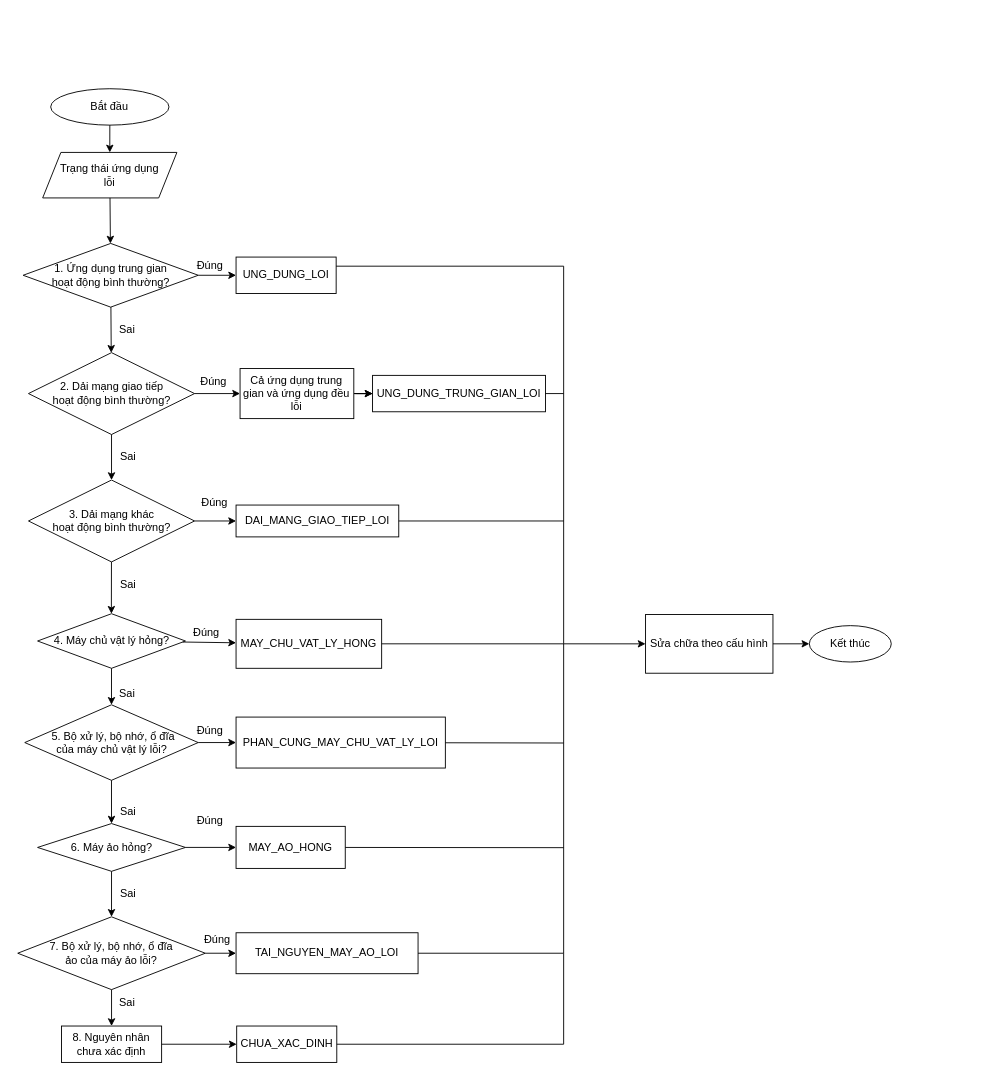
Before: page "Trang-4" (4 of 4) of auto healing.drawio in hiep1097/drawio, a draw.io diagram. Source tidied: cells renumbered, new cells numbered last; positions are measured from the earlier drawing's top-left corner, leaving out a move shared by most shapes. Both pictures are drawn from the tidied source at 91%, with x=0, y=0 at pixel (17, 88).
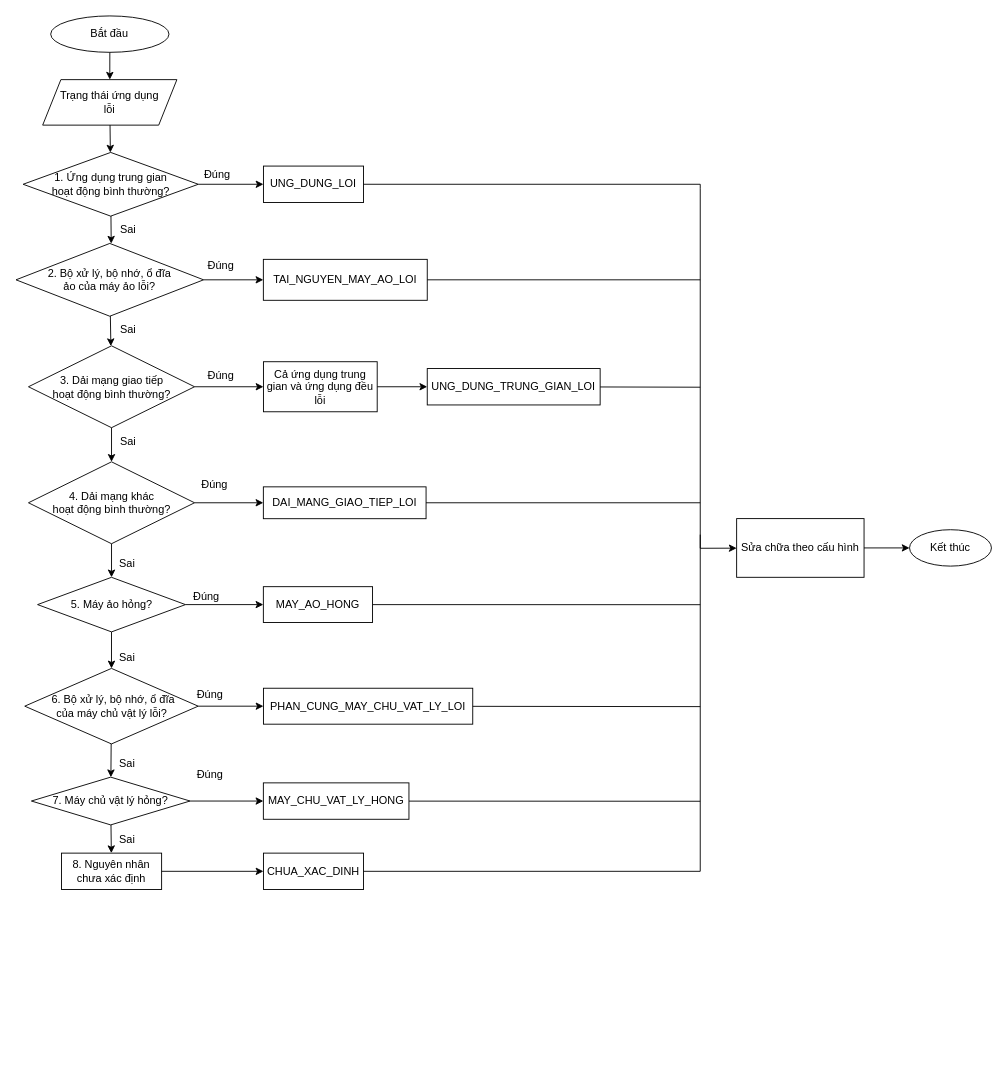
The same diagram, later.

Commit message (it also covers changes not shown here):
Cập nhật auto healing.drawio

What changed in the source:
```diff
@@
     <mxCell id="2" value="Bắt đầu" style="ellipse;whiteSpace=wrap;html=1;fontFamily=Helvetica;fontStyle=0;" parent="1" vertex="1">
-      <mxGeometry x="36.2" width="130" height="40" as="geometry" />
+      <mxGeometry x="36.2" y="-80" width="130" height="40" as="geometry" />
     </mxCell>
     <mxCell id="3" value="Trạng thái ứng dụng &lt;br&gt;lỗi" style="shape=parallelogram;perimeter=parallelogramPerimeter;whiteSpace=wrap;html=1;fixedSize=1;fontFamily=Helvetica;fontStyle=0;" parent="1" vertex="1">
-      <mxGeometry x="27.4" y="70" width="147.5" height="50" as="geometry" />
+      <mxGeometry x="27.4" y="-10" width="147.5" height="50" as="geometry" />
     </mxCell>
     <mxCell id="4" value="1. Ứng dụng trung gian &lt;br&gt;hoạt động bình thường?" style="rhombus;whiteSpace=wrap;html=1;fontFamily=Helvetica;fontStyle=0;" parent="1" vertex="1">
-      <mxGeometry x="5.9" y="170" width="192.5" height="70" as="geometry" />
+      <mxGeometry x="5.9" y="70" width="192.5" height="70" as="geometry" />
     </mxCell>
     <mxCell id="5" value="UNG_DUNG_LOI" style="rounded=0;whiteSpace=wrap;html=1;fontFamily=Helvetica;fontStyle=0;" parent="1" vertex="1">
-      <mxGeometry x="239.9" y="185" width="110" height="40" as="geometry" />
+      <mxGeometry x="270" y="85" width="110" height="40" as="geometry" />
     </mxCell>
@@
-    <mxCell id="8" style="endArrow=classic;html=1;rounded=0;fontFamily=Helvetica;fontStyle=0;" parent="1" edge="1" source="4" target="12">
-      <mxGeometry relative="1" as="geometry" />
+    <mxCell id="8" style="endArrow=classic;html=1;rounded=0;fontFamily=Helvetica;fontStyle=0;" parent="1" edge="1" source="4">
+      <mxGeometry relative="1" as="geometry">
+        <mxPoint x="102.7" y="170.2" as="targetPoint" />
+      </mxGeometry>
     </mxCell>
@@
     <mxCell id="10" value="Đúng" style="text;html=1;align=center;verticalAlign=middle;strokeColor=none;fillColor=none;fontFamily=Helvetica;fontStyle=0;" parent="1" vertex="1">
-      <mxGeometry x="186.2" y="180" width="50" height="30" as="geometry" />
+      <mxGeometry x="194.3" y="80" width="50" height="30" as="geometry" />
     </mxCell>
     <mxCell id="11" value="Sai" style="text;html=1;align=center;verticalAlign=middle;strokeColor=none;fillColor=none;fontFamily=Helvetica;fontStyle=0;" parent="1" vertex="1">
-      <mxGeometry x="99.9" y="250" width="40" height="30" as="geometry" />
+      <mxGeometry x="101.2" y="140" width="40" height="30" as="geometry" />
     </mxCell>
-    <mxCell id="12" value="2. Dải mạng giao tiếp &lt;br&gt;hoạt động bình thường?" style="rhombus;whiteSpace=wrap;html=1;fontFamily=Helvetica;fontStyle=0;" parent="1" vertex="1">
-      <mxGeometry x="11.8" y="290" width="182.5" height="90" as="geometry" />
-    </mxCell>
-    <mxCell id="13" style="endArrow=classic;html=1;rounded=0;fontFamily=Helvetica;fontStyle=0;" parent="1" edge="1" source="12" target="19">
-      <mxGeometry relative="1" as="geometry" />
-    </mxCell>
     <mxCell id="14" value="Sai" style="text;html=1;align=center;verticalAlign=middle;strokeColor=none;fillColor=none;fontFamily=Helvetica;fontStyle=0;" parent="1" vertex="1">
-      <mxGeometry x="101.2" y="390" width="40" height="30" as="geometry" />
+      <mxGeometry x="101.2" y="250" width="40" height="30" as="geometry" />
     </mxCell>
-    <mxCell id="15" style="edgeStyle=orthogonalEdgeStyle;rounded=0;jettySize=auto;html=1;fontFamily=Helvetica;fontStyle=0;" parent="1" edge="1" source="16" target="25">
-      <mxGeometry relative="1" as="geometry" />
-    </mxCell>
     <mxCell id="16" value="Cả ứng dụng trung gian và ứng dụng đều lỗi" style="rounded=0;whiteSpace=wrap;html=1;fontFamily=Helvetica;fontStyle=0;" parent="1" vertex="1">
-      <mxGeometry x="244.3" y="307.5" width="125" height="55" as="geometry" />
+      <mxGeometry x="270" y="300" width="125" height="55" as="geometry" />
     </mxCell>
-    <mxCell id="17" style="endArrow=classic;html=1;rounded=0;fontFamily=Helvetica;fontStyle=0;" parent="1" edge="1" source="12" target="16">
+    <mxCell id="17" style="endArrow=classic;html=1;rounded=0;fontFamily=Helvetica;fontStyle=0;" parent="1" edge="1" source="65" target="66">
       <mxGeometry relative="1" as="geometry" />
     </mxCell>
     <mxCell id="18" value="Đúng" style="text;html=1;align=center;verticalAlign=middle;strokeColor=none;fillColor=none;fontFamily=Helvetica;fontStyle=0;" parent="1" vertex="1">
-      <mxGeometry x="189.9" y="307" width="50" height="30" as="geometry" />
+      <mxGeometry x="198.4" y="180" width="50" height="30" as="geometry" />
     </mxCell>
-    <mxCell id="19" value="3. Dải mạng khác&lt;br&gt;hoạt động bình thường?" style="rhombus;whiteSpace=wrap;html=1;fontFamily=Helvetica;fontStyle=0;" parent="1" vertex="1">
-      <mxGeometry x="11.8" y="430" width="182.5" height="90" as="geometry" />
+    <mxCell id="19" value="4. Dải mạng khác&lt;br&gt;hoạt động bình thường?" style="rhombus;whiteSpace=wrap;html=1;fontFamily=Helvetica;fontStyle=0;" parent="1" vertex="1">
+      <mxGeometry x="11.8" y="410" width="182.5" height="90" as="geometry" />
     </mxCell>
-    <mxCell id="20" style="endArrow=classic;html=1;rounded=0;fontFamily=Helvetica;fontStyle=0;" parent="1" edge="1" source="19" target="27">
-      <mxGeometry relative="1" as="geometry">
-        <Array as="points">
-          <mxPoint x="102.9" y="570" />
-        </Array>
-      </mxGeometry>
+    <mxCell id="20" style="endArrow=classic;html=1;rounded=0;fontFamily=Helvetica;fontStyle=0;exitX=0.5;exitY=1;exitDx=0;exitDy=0;" parent="1" edge="1" source="19" target="27">
+      <mxGeometry relative="1" as="geometry" />
     </mxCell>
     <mxCell id="21" value="Sai" style="text;html=1;align=center;verticalAlign=middle;strokeColor=none;fillColor=none;fontFamily=Helvetica;fontStyle=0;" parent="1" vertex="1">
-      <mxGeometry x="101.2" y="530" width="40" height="30" as="geometry" />
+      <mxGeometry x="99.9" y="506.9" width="40" height="30" as="geometry" />
     </mxCell>
     <mxCell id="22" value="DAI_MANG_GIAO_TIEP_LOI" style="rounded=0;whiteSpace=wrap;html=1;fontFamily=Helvetica;fontStyle=0;" parent="1" vertex="1">
-      <mxGeometry x="239.9" y="457.5" width="178.8" height="35" as="geometry" />
+      <mxGeometry x="269.9" y="437.5" width="178.8" height="35" as="geometry" />
     </mxCell>
@@
     <mxCell id="24" value="Đúng" style="text;html=1;align=center;verticalAlign=middle;strokeColor=none;fillColor=none;fontFamily=Helvetica;fontStyle=0;" parent="1" vertex="1">
-      <mxGeometry x="190.6" y="440" width="50" height="30" as="geometry" />
+      <mxGeometry x="190.6" y="420" width="50" height="30" as="geometry" />
     </mxCell>
     <mxCell id="25" value="UNG_DUNG_TRUNG_GIAN_LOI" style="rounded=0;whiteSpace=wrap;html=1;fontFamily=Helvetica;fontStyle=0;" parent="1" vertex="1">
-      <mxGeometry x="389.9" y="315" width="190" height="40" as="geometry" />
+      <mxGeometry x="450" y="307.5" width="190" height="40" as="geometry" />
     </mxCell>
-    <mxCell id="26" style="endArrow=classic;html=1;rounded=0;fontFamily=Helvetica;fontStyle=0;" parent="1" edge="1" target="25">
-      <mxGeometry relative="1" as="geometry">
-        <mxPoint x="372.2" y="335" as="sourcePoint" />
-      </mxGeometry>
-    </mxCell>
-    <mxCell id="27" value="4. Máy chủ vật lý hỏng?" style="rhombus;whiteSpace=wrap;html=1;fontFamily=Helvetica;fontStyle=0;" parent="1" vertex="1">
-      <mxGeometry x="21.8" y="576.9" width="162.5" height="60" as="geometry" />
+    <mxCell id="27" value="5. Máy ảo hỏng?" style="rhombus;whiteSpace=wrap;html=1;fontFamily=Helvetica;fontStyle=0;" parent="1" vertex="1">
+      <mxGeometry x="21.8" y="536.9" width="162.5" height="60" as="geometry" />
     </mxCell>
@@
     <mxCell id="29" value="Sai" style="text;html=1;align=center;verticalAlign=middle;strokeColor=none;fillColor=none;fontFamily=Helvetica;fontStyle=0;" parent="1" vertex="1">
-      <mxGeometry x="99.9" y="650" width="40" height="30" as="geometry" />
+      <mxGeometry x="99.9" y="610" width="40" height="30" as="geometry" />
     </mxCell>
-    <mxCell id="30" value="MAY_CHU_VAT_LY_HONG" style="rounded=0;whiteSpace=wrap;html=1;fontFamily=Helvetica;fontStyle=0;" parent="1" vertex="1">
-      <mxGeometry x="239.9" y="583.1" width="160" height="53.8" as="geometry" />
-    </mxCell>
-    <mxCell id="31" style="endArrow=classic;html=1;rounded=0;fontFamily=Helvetica;fontStyle=0;" parent="1" edge="1" source="27" target="30">
+    <mxCell id="31" style="endArrow=classic;html=1;rounded=0;fontFamily=Helvetica;fontStyle=0;" parent="1" edge="1" source="27" target="36">
       <mxGeometry relative="1" as="geometry" />
     </mxCell>
     <mxCell id="32" value="Đúng" style="text;html=1;align=center;verticalAlign=middle;strokeColor=none;fillColor=none;fontFamily=Helvetica;fontStyle=0;" parent="1" vertex="1">
-      <mxGeometry x="182.4" y="583.1" width="50" height="30" as="geometry" />
+      <mxGeometry x="182.4" y="543.1" width="50" height="30" as="geometry" />
     </mxCell>
-    <mxCell id="33" value="6. Máy ảo hỏng?" style="rhombus;whiteSpace=wrap;html=1;fontFamily=Helvetica;fontStyle=0;" parent="1" vertex="1">
-      <mxGeometry x="21.8" y="807.5" width="162.5" height="52.5" as="geometry" />
+    <mxCell id="33" value="7. Máy chủ vật lý hỏng?" style="rhombus;whiteSpace=wrap;html=1;fontFamily=Helvetica;fontStyle=0;" parent="1" vertex="1">
+      <mxGeometry x="15" y="756.5" width="174.3" height="52.5" as="geometry" />
     </mxCell>
-    <mxCell id="34" style="endArrow=classic;html=1;rounded=0;fontFamily=Helvetica;fontStyle=0;" parent="1" edge="1" source="33" target="45">
+    <mxCell id="34" style="endArrow=classic;html=1;rounded=0;fontFamily=Helvetica;fontStyle=0;" parent="1" edge="1" source="33" target="60">
       <mxGeometry relative="1" as="geometry" />
     </mxCell>
     <mxCell id="35" value="Sai" style="text;html=1;align=center;verticalAlign=middle;strokeColor=none;fillColor=none;fontFamily=Helvetica;fontStyle=0;" parent="1" vertex="1">
-      <mxGeometry x="101.2" y="870" width="40" height="30" as="geometry" />
+      <mxGeometry x="99.9" y="810" width="40" height="30" as="geometry" />
     </mxCell>
-    <mxCell id="36" value="MAY_AO_HONG" style="rounded=0;whiteSpace=wrap;html=1;fontFamily=Helvetica;fontStyle=0;" parent="1" vertex="1">
-      <mxGeometry x="239.9" y="810.6" width="120" height="46.2" as="geometry" />
-    </mxCell>
-    <mxCell id="37" style="endArrow=classic;html=1;rounded=0;fontFamily=Helvetica;fontStyle=0;" parent="1" edge="1" source="33" target="36">
+    <mxCell id="37" style="endArrow=classic;html=1;rounded=0;fontFamily=Helvetica;fontStyle=0;" parent="1" edge="1" source="33" target="30">
       <mxGeometry relative="1" as="geometry" />
     </mxCell>
     <mxCell id="38" value="Đúng" style="text;html=1;align=center;verticalAlign=middle;strokeColor=none;fillColor=none;fontFamily=Helvetica;fontStyle=0;" parent="1" vertex="1">
-      <mxGeometry x="186.2" y="790" width="50" height="30" as="geometry" />
+      <mxGeometry x="186.2" y="739" width="50" height="30" as="geometry" />
     </mxCell>
-    <mxCell id="39" value="&amp;nbsp;5. Bộ xử lý, bộ nhớ, ổ đĩa&lt;br&gt;của máy chủ vật lý lỗi?" style="rhombus;whiteSpace=wrap;html=1;fontFamily=Helvetica;fontStyle=0;" parent="1" vertex="1">
-      <mxGeometry x="7.7" y="677" width="190.6" height="83" as="geometry" />
+    <mxCell id="39" value="&amp;nbsp;6. Bộ xử lý, bộ nhớ, ổ đĩa&lt;br&gt;của máy chủ vật lý lỗi?" style="rhombus;whiteSpace=wrap;html=1;fontFamily=Helvetica;fontStyle=0;" parent="1" vertex="1">
+      <mxGeometry x="7.7" y="637" width="190.6" height="83" as="geometry" />
     </mxCell>
@@
     <mxCell id="41" value="Sai" style="text;html=1;align=center;verticalAlign=middle;strokeColor=none;fillColor=none;fontFamily=Helvetica;fontStyle=0;" parent="1" vertex="1">
-      <mxGeometry x="101.2" y="780" width="40" height="30" as="geometry" />
+      <mxGeometry x="99.9" y="726.5" width="40" height="30" as="geometry" />
     </mxCell>
     <mxCell id="42" value="PHAN_CUNG_MAY_CHU_VAT_LY_LOI" style="rounded=0;whiteSpace=wrap;html=1;fontFamily=Helvetica;fontStyle=0;" parent="1" vertex="1">
-      <mxGeometry x="239.9" y="690.5" width="230" height="56" as="geometry" />
+      <mxGeometry x="270" y="658.8" width="230" height="39.5" as="geometry" />
     </mxCell>
@@
     <mxCell id="44" value="Đúng" style="text;html=1;align=center;verticalAlign=middle;strokeColor=none;fillColor=none;fontFamily=Helvetica;fontStyle=0;" parent="1" vertex="1">
-      <mxGeometry x="186.2" y="690.5" width="50" height="30" as="geometry" />
+      <mxGeometry x="186.2" y="650.5" width="50" height="30" as="geometry" />
     </mxCell>
-    <mxCell id="45" value="7. Bộ xử lý, bộ nhớ, ổ đĩa &lt;br&gt;ảo của máy ảo lỗi?" style="rhombus;whiteSpace=wrap;html=1;fontFamily=Helvetica;fontStyle=0;" parent="1" vertex="1">
-      <mxGeometry y="910" width="206.1" height="80" as="geometry" />
-    </mxCell>
-    <mxCell id="46" style="endArrow=classic;html=1;rounded=0;fontFamily=Helvetica;fontStyle=0;" parent="1" edge="1" source="45" target="60">
-      <mxGeometry relative="1" as="geometry" />
-    </mxCell>
-    <mxCell id="47" value="Sai" style="text;html=1;align=center;verticalAlign=middle;strokeColor=none;fillColor=none;fontFamily=Helvetica;fontStyle=0;" parent="1" vertex="1">
-      <mxGeometry x="99.9" y="990" width="40" height="30" as="geometry" />
-    </mxCell>
-    <mxCell id="48" style="endArrow=classic;html=1;rounded=0;fontFamily=Helvetica;fontStyle=0;" parent="1" edge="1" source="45" target="50">
-      <mxGeometry relative="1" as="geometry" />
-    </mxCell>
-    <mxCell id="49" value="Đúng" style="text;html=1;align=center;verticalAlign=middle;strokeColor=none;fillColor=none;fontFamily=Helvetica;fontStyle=0;" parent="1" vertex="1">
-      <mxGeometry x="194.3" y="920" width="50" height="30" as="geometry" />
-    </mxCell>
-    <mxCell id="50" value="TAI_NGUYEN_MAY_AO_LOI" style="rounded=0;whiteSpace=wrap;html=1;fontFamily=Helvetica;fontStyle=0;" parent="1" vertex="1">
-      <mxGeometry x="239.9" y="927.5" width="200" height="45" as="geometry" />
-    </mxCell>
     <mxCell id="51" value="CHUA_XAC_DINH" style="rounded=0;whiteSpace=wrap;html=1;fontFamily=Helvetica;fontStyle=0;" parent="1" vertex="1">
-      <mxGeometry x="240.6" y="1030" width="110" height="40" as="geometry" />
+      <mxGeometry x="270" y="840" width="110" height="40" as="geometry" />
     </mxCell>
     <mxCell id="52" value="Sửa chữa theo cấu hình" style="rounded=0;whiteSpace=wrap;html=1;fontFamily=Helvetica;fontStyle=0;" parent="1" vertex="1">
-      <mxGeometry x="689.9" y="577.8" width="140" height="64.5" as="geometry" />
+      <mxGeometry x="790" y="472.4" width="140" height="64.5" as="geometry" />
     </mxCell>
-    <mxCell id="53" style="endArrow=none;html=1;rounded=0;fontFamily=Helvetica;fontStyle=0;" parent="1" edge="1" source="30">
-      <mxGeometry relative="1" as="geometry">
-        <mxPoint x="599.9" y="950" as="targetPoint" />
-        <Array as="points">
-          <mxPoint x="599.9" y="610" />
-        </Array>
-      </mxGeometry>
-    </mxCell>
     <mxCell id="54" style="endArrow=none;html=1;rounded=0;fontFamily=Helvetica;fontStyle=0;" parent="1" edge="1" source="42">
       <mxGeometry relative="1" as="geometry">
-        <mxPoint x="599.9" y="719" as="targetPoint" />
+        <mxPoint x="750" y="679" as="targetPoint" />
       </mxGeometry>
     </mxCell>
-    <mxCell id="55" style="endArrow=none;html=1;rounded=0;fontFamily=Helvetica;fontStyle=0;" parent="1" edge="1" source="36">
+    <mxCell id="55" style="endArrow=none;html=1;rounded=0;fontFamily=Helvetica;fontStyle=0;" parent="1" edge="1" source="30">
       <mxGeometry relative="1" as="geometry">
-        <mxPoint x="599.9" y="834" as="targetPoint" />
+        <mxPoint x="750" y="783" as="targetPoint" />
       </mxGeometry>
     </mxCell>
-    <mxCell id="56" style="endArrow=none;html=1;rounded=0;fontFamily=Helvetica;fontStyle=0;" parent="1" edge="1" source="25">
-      <mxGeometry relative="1" as="geometry">
-        <mxPoint x="599.9" y="335" as="targetPoint" />
-      </mxGeometry>
-    </mxCell>
     <mxCell id="57" style="endArrow=none;html=1;rounded=0;fontFamily=Helvetica;fontStyle=0;" parent="1" edge="1" source="22">
       <mxGeometry relative="1" as="geometry">
-        <mxPoint x="599.9" y="475" as="targetPoint" />
+        <mxPoint x="750" y="455" as="targetPoint" />
       </mxGeometry>
     </mxCell>
     <mxCell id="58" value="Kết thúc" style="ellipse;whiteSpace=wrap;html=1;fontFamily=Helvetica;fontStyle=0;" parent="1" vertex="1">
-      <mxGeometry x="869.9" y="590" width="90" height="40" as="geometry" />
+      <mxGeometry x="980" y="484.6" width="90" height="40" as="geometry" />
     </mxCell>
@@
     <mxCell id="60" value="8. Nguyên nhân chưa xác định" style="rounded=0;whiteSpace=wrap;html=1;fontFamily=Helvetica;fontStyle=0;" parent="1" vertex="1">
-      <mxGeometry x="48.1" y="1030" width="110" height="40" as="geometry" />
+      <mxGeometry x="48.1" y="840" width="110" height="40" as="geometry" />
     </mxCell>
@@
-    <mxCell id="62" style="endArrow=classic;html=1;rounded=0;fontFamily=Helvetica;fontStyle=0;" parent="1" edge="1" target="52">
-      <mxGeometry relative="1" as="geometry">
-        <mxPoint x="349.9" y="195" as="sourcePoint" />
-        <Array as="points">
-          <mxPoint x="599.9" y="195" />
-          <mxPoint x="599.9" y="610" />
-        </Array>
-      </mxGeometry>
-    </mxCell>
-    <mxCell id="63" style="endArrow=none;html=1;rounded=0;fontFamily=Helvetica;fontStyle=0;" parent="1" edge="1" source="51">
-      <mxGeometry relative="1" as="geometry">
-        <mxPoint x="599.9" y="950" as="targetPoint" />
-        <Array as="points">
-          <mxPoint x="599.9" y="1050" />
-        </Array>
-      </mxGeometry>
-    </mxCell>
-    <mxCell id="64" style="endArrow=none;html=1;rounded=0;fontFamily=Helvetica;fontStyle=0;" parent="1" edge="1" source="50">
-      <mxGeometry relative="1" as="geometry">
-        <mxPoint x="599.9" y="950" as="targetPoint" />
-      </mxGeometry>
-    </mxCell>
+    <mxCell id="50" value="TAI_NGUYEN_MAY_AO_LOI" style="rounded=0;whiteSpace=wrap;html=1;fontFamily=Helvetica;fontStyle=0;" parent="1" vertex="1">
+      <mxGeometry x="269.9" y="187.5" width="180.1" height="45" as="geometry" />
+    </mxCell>
+    <mxCell id="65" value="2. Bộ xử lý, bộ nhớ, ổ đĩa&lt;br style=&quot;border-color: var(--border-color);&quot;&gt;ảo của máy ảo lỗi?" style="rhombus;whiteSpace=wrap;html=1;fontFamily=Helvetica;fontStyle=0;" parent="1" vertex="1">
+      <mxGeometry x="-1.9" y="170" width="206.1" height="80" as="geometry" />
+    </mxCell>
+    <mxCell id="66" value="3. Dải mạng giao tiếp&lt;br style=&quot;border-color: var(--border-color);&quot;&gt;&lt;span style=&quot;border-color: var(--border-color);&quot;&gt;hoạt động bình thường?&lt;/span&gt;" style="rhombus;whiteSpace=wrap;html=1;fontFamily=Helvetica;fontStyle=0;" parent="1" vertex="1">
+      <mxGeometry x="11.8" y="282.5" width="182.5" height="90" as="geometry" />
+    </mxCell>
+    <mxCell id="67" style="endArrow=classic;html=1;rounded=0;fontFamily=Helvetica;fontStyle=0;" parent="1" edge="1" source="65" target="50">
+      <mxGeometry relative="1" as="geometry" />
+    </mxCell>
+    <mxCell id="68" style="endArrow=classic;html=1;rounded=0;fontFamily=Helvetica;fontStyle=0;" parent="1" edge="1" source="66" target="16">
+      <mxGeometry relative="1" as="geometry" />
+    </mxCell>
+    <mxCell id="15" style="endArrow=classic;html=1;rounded=0;fontFamily=Helvetica;fontStyle=0;" parent="1" edge="1" source="16" target="25">
+      <mxGeometry relative="1" as="geometry" />
+    </mxCell>
+    <mxCell id="49" value="Đúng" style="text;html=1;align=center;verticalAlign=middle;strokeColor=none;fillColor=none;fontFamily=Helvetica;fontStyle=0;" parent="1" vertex="1">
+      <mxGeometry x="198.4" y="300" width="50" height="30" as="geometry" />
+    </mxCell>
+    <mxCell id="69" style="endArrow=classic;html=1;rounded=0;fontFamily=Helvetica;fontStyle=0;" parent="1" edge="1" source="66" target="19">
+      <mxGeometry relative="1" as="geometry" />
+    </mxCell>
+    <mxCell id="47" value="Sai" style="text;html=1;align=center;verticalAlign=middle;strokeColor=none;fillColor=none;fontFamily=Helvetica;fontStyle=0;" parent="1" vertex="1">
+      <mxGeometry x="101.2" y="372.5" width="40" height="30" as="geometry" />
+    </mxCell>
+    <mxCell id="70" style="endArrow=none;html=1;rounded=0;fontFamily=Helvetica;fontStyle=0;" parent="1" edge="1" source="5">
+      <mxGeometry relative="1" as="geometry">
+        <mxPoint x="750" y="110" as="targetPoint" />
+        <Array as="points">
+          <mxPoint x="750" y="105" />
+        </Array>
+      </mxGeometry>
+    </mxCell>
+    <mxCell id="71" style="endArrow=none;html=1;rounded=0;fontFamily=Helvetica;fontStyle=0;" parent="1" edge="1" source="50">
+      <mxGeometry relative="1" as="geometry">
+        <mxPoint x="750" y="210" as="targetPoint" />
+      </mxGeometry>
+    </mxCell>
+    <mxCell id="72" style="endArrow=none;html=1;rounded=0;fontFamily=Helvetica;fontStyle=0;" parent="1" edge="1" source="25">
+      <mxGeometry relative="1" as="geometry">
+        <mxPoint x="750" y="328" as="targetPoint" />
+      </mxGeometry>
+    </mxCell>
+    <mxCell id="73" style="endArrow=none;html=1;rounded=0;fontFamily=Helvetica;fontStyle=0;" parent="1" edge="1" source="36">
+      <mxGeometry relative="1" as="geometry">
+        <mxPoint x="750" y="567" as="targetPoint" />
+      </mxGeometry>
+    </mxCell>
+    <mxCell id="74" style="endArrow=none;html=1;rounded=0;fontFamily=Helvetica;fontStyle=0;" parent="1" edge="1" source="51">
+      <mxGeometry relative="1" as="geometry">
+        <mxPoint x="750" y="490" as="targetPoint" />
+        <Array as="points">
+          <mxPoint x="750" y="860" />
+        </Array>
+      </mxGeometry>
+    </mxCell>
+    <mxCell id="75" style="endArrow=classic;html=1;rounded=0;" parent="1" edge="1" target="52">
+      <mxGeometry relative="1" as="geometry">
+        <mxPoint x="750" y="110" as="sourcePoint" />
+        <Array as="points">
+          <mxPoint x="750" y="505" />
+        </Array>
+      </mxGeometry>
+    </mxCell>
+    <mxCell id="30" value="MAY_CHU_VAT_LY_HONG" style="rounded=0;whiteSpace=wrap;html=1;fontFamily=Helvetica;fontStyle=0;" parent="1" vertex="1">
+      <mxGeometry x="269.9" y="762.8" width="160" height="40" as="geometry" />
+    </mxCell>
+    <mxCell id="36" value="MAY_AO_HONG" style="rounded=0;whiteSpace=wrap;html=1;fontFamily=Helvetica;fontStyle=0;" parent="1" vertex="1">
+      <mxGeometry x="269.9" y="547.2" width="120" height="39.4" as="geometry" />
+    </mxCell>
```
